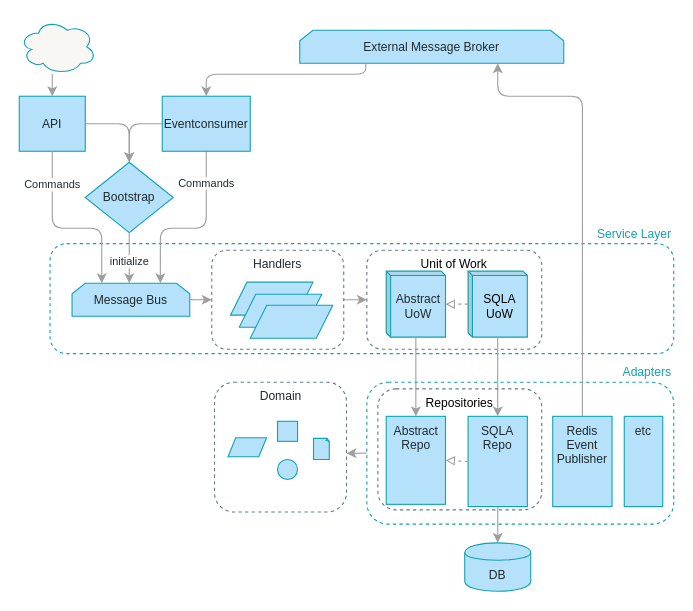
Before: page "recap diagram" (11 of 11) of maps.drawio in cosmicpython/book, a draw.io diagram. Source tidied: cells renumbered, new cells numbered last; positions are measured from the earlier drawing's top-left corner, leaving out a move shared by most shapes. Both pictures are drawn from the tidied source at 110%, with x=0, y=0 at pixel (19, 19).
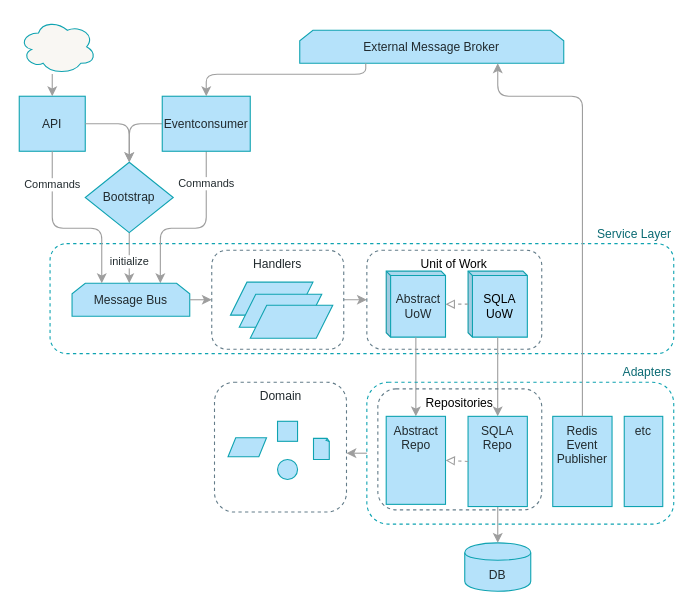
Above is the later version.

What changed in the source:
```diff
@@
-    <mxCell id="2" value="Service Layer" style="rounded=1;whiteSpace=wrap;html=1;shadow=0;dashed=1;fontFamily=Guardian Sans Cond Light;fontSize=11;fontColor=#0FA3B1;align=right;strokeColor=#0FA3B1;gradientColor=#ffffff;fillColor=none;labelPosition=center;verticalLabelPosition=top;verticalAlign=bottom;" parent="1" vertex="1">
+    <mxCell id="2" value="Service Layer" style="rounded=1;whiteSpace=wrap;html=1;shadow=0;dashed=1;fontFamily=Guardian Sans Cond Light;fontSize=11;fontColor=#0A6A73;align=right;strokeColor=#0FA3B1;gradientColor=#ffffff;fillColor=none;labelPosition=center;verticalLabelPosition=top;verticalAlign=bottom;" parent="1" vertex="1">
       <mxGeometry x="28" y="204" width="567" height="100" as="geometry" />
     </mxCell>
@@
-    <mxCell id="31" value="Adapters" style="whiteSpace=wrap;html=1;strokeColor=#0FA3B1;fillColor=none;gradientColor=#ffffff;fontFamily=Guardian Sans Cond Light;fontSize=11;fontColor=#0FA3B1;verticalAlign=bottom;rounded=1;dashed=1;shadow=0;align=right;labelPosition=center;verticalLabelPosition=top;" parent="1" vertex="1">
+    <mxCell id="31" value="Adapters" style="whiteSpace=wrap;html=1;strokeColor=#0FA3B1;fillColor=none;gradientColor=#ffffff;fontFamily=Guardian Sans Cond Light;fontSize=11;fontColor=#0A6A73;verticalAlign=bottom;rounded=1;dashed=1;shadow=0;align=right;labelPosition=center;verticalLabelPosition=top;" parent="1" vertex="1">
       <mxGeometry x="316" y="330" width="279" height="129" as="geometry" />
     </mxCell>
```
